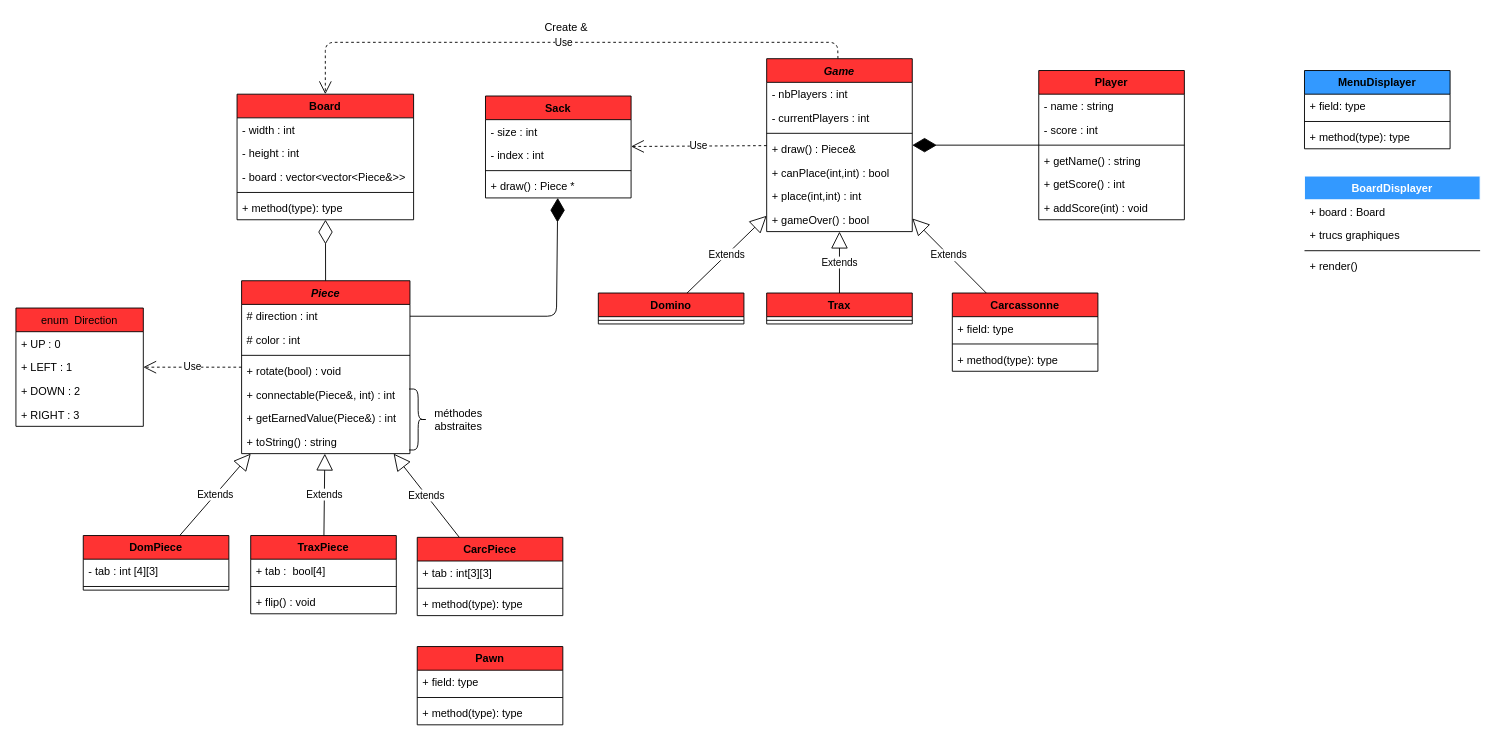
The draw.io diagram diagram.drawio in Yoanouille/DTC, before the edit. Source tidied: cells renumbered, new cells numbered last; positions are measured from the earlier drawing's top-left corner, leaving out a move shared by most shapes. Both pictures are drawn from the tidied source at 91%, with x=0, y=0 at pixel (15, 15).
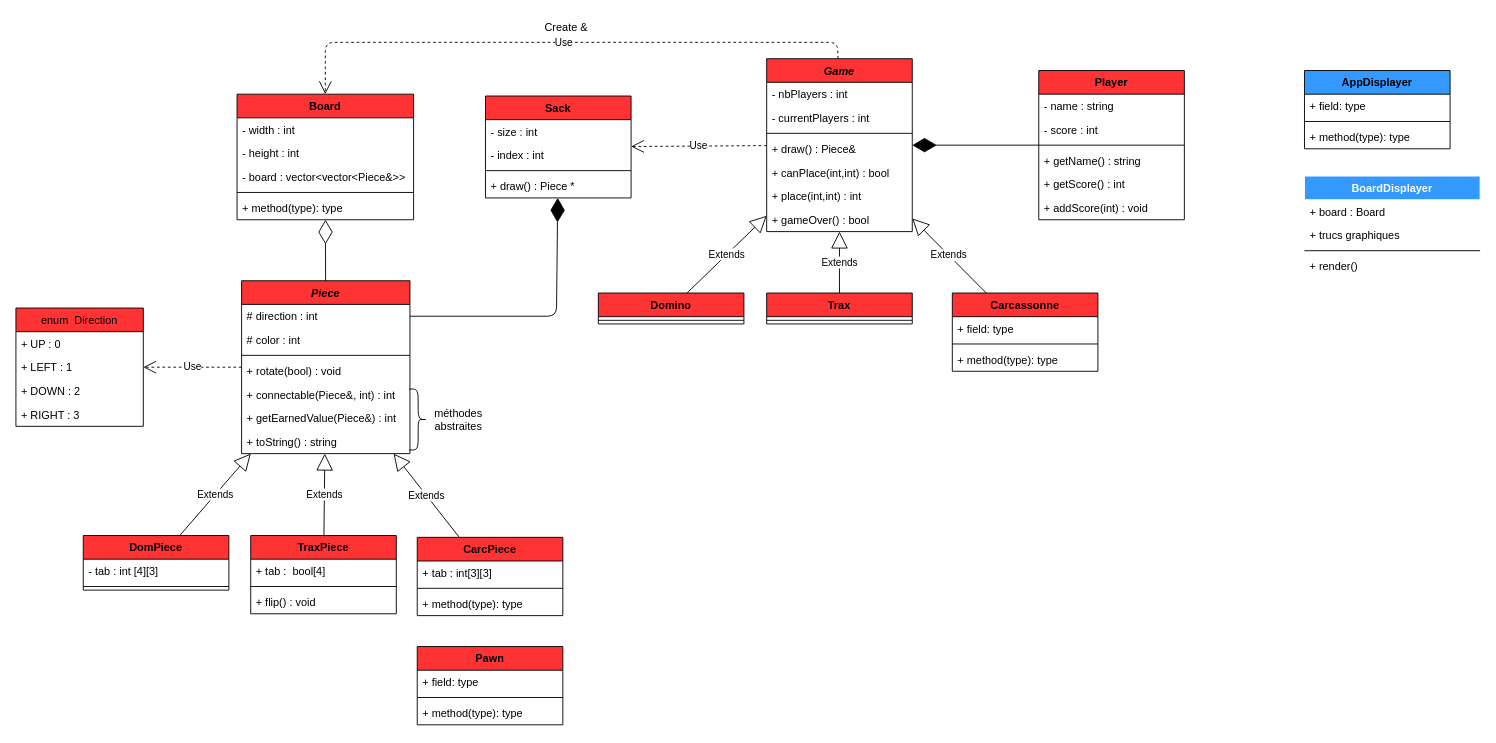
After the change.

The edit, as a diff of the source:
```diff
@@
-    <mxCell id="84" value="MenuDisplayer" style="swimlane;fontStyle=1;align=center;verticalAlign=top;horizontal=1;startSize=26;fillColor=#3399FF;" parent="1" vertex="1">
+    <mxCell id="84" value="AppDisplayer" style="swimlane;fontStyle=1;align=center;verticalAlign=top;horizontal=1;startSize=26;fillColor=#3399FF;" parent="1" vertex="1">
       <mxGeometry x="1416" y="60" width="160" height="86" as="geometry" />
     </mxCell>
```
